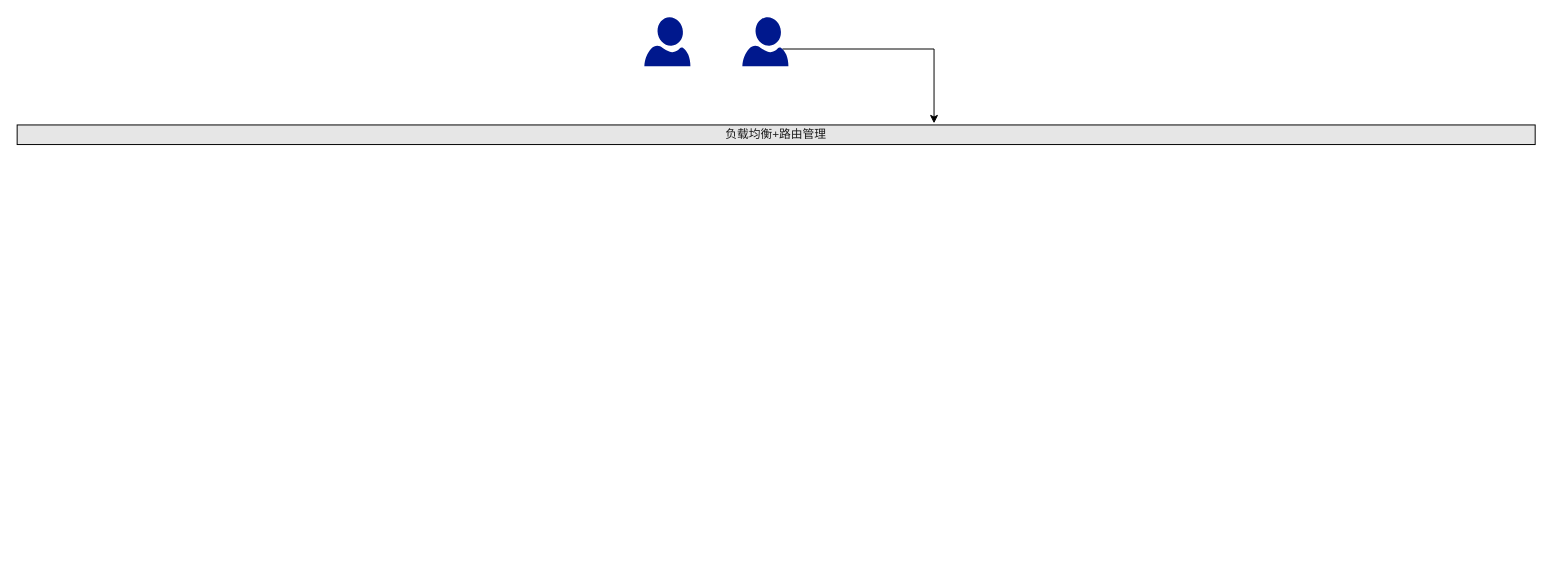
Earlier version of the draw.io diagram anta-deploy2.drawio (tianyaxiangdong/drawio). Source tidied: cells renumbered, new cells numbered last; positions are measured from the earlier drawing's top-left corner, leaving out a move shared by most shapes. Both pictures are drawn from the tidied source at 98%, with x=0, y=0 at pixel (17, 17).
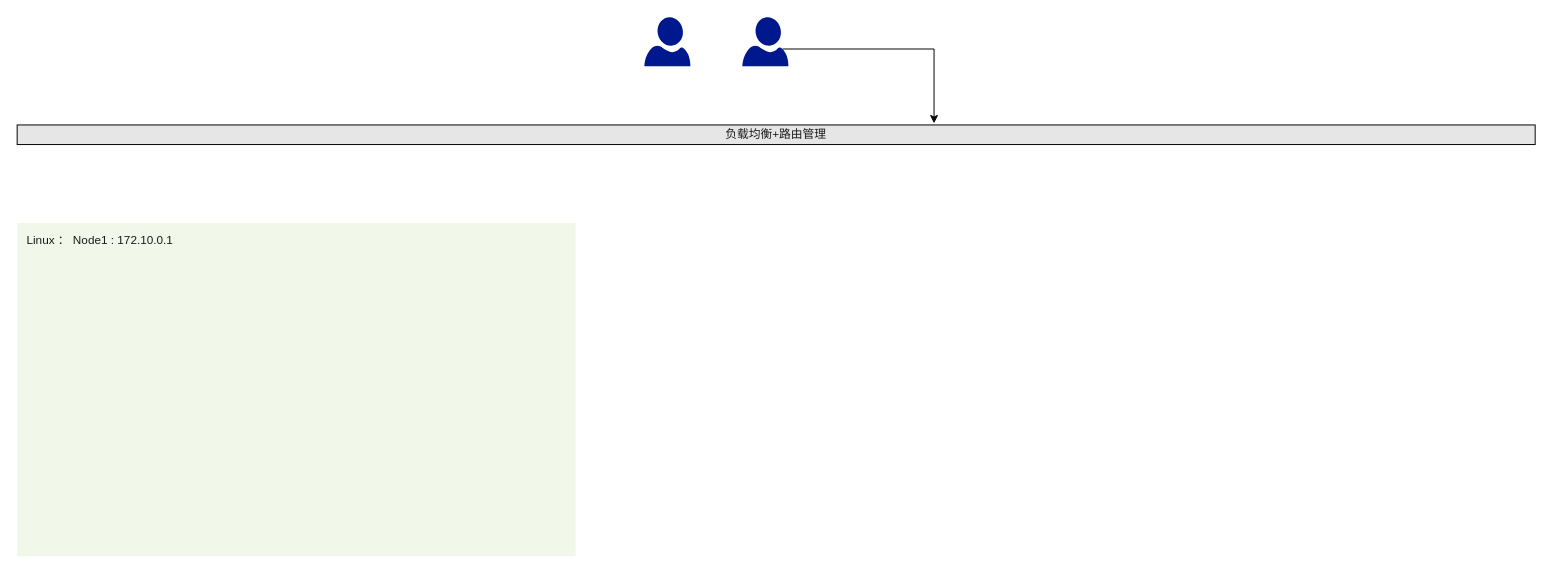
After the change.

Diff of the diagram source:
```diff
@@
 <mxGraphModel>
   <root>
     <mxCell id="0" />
     <mxCell id="1" parent="0" />
     <mxCell id="2" style="sketch=0;shadow=0;dashed=0;html=1;strokeColor=none;labelPosition=center;verticalLabelPosition=bottom;verticalAlign=top;align=center;fillColor=#00188D;shape=mxgraph.azure.user;" parent="1" vertex="1">
       <mxGeometry x="640" width="47" height="50" as="geometry" />
     </mxCell>
     <mxCell id="3" style="edgeStyle=orthogonalEdgeStyle;rounded=0;jettySize=auto;html=1;entryX=0.604;entryY=-0.083;entryDx=0;entryDy=0;entryPerimeter=0;exitX=0.87;exitY=0.65;exitDx=0;exitDy=0;exitPerimeter=0;" parent="1" edge="1" source="4" target="5">
       <mxGeometry relative="1" as="geometry">
         <Array as="points">
           <mxPoint x="936" y="33" />
         </Array>
       </mxGeometry>
     </mxCell>
     <mxCell id="4" style="sketch=0;shadow=0;dashed=0;html=1;strokeColor=none;labelPosition=center;verticalLabelPosition=bottom;verticalAlign=top;align=center;fillColor=#00188D;shape=mxgraph.azure.user;" parent="1" vertex="1">
       <mxGeometry x="740" width="47" height="50" as="geometry" />
     </mxCell>
     <mxCell id="5" value="负载均衡+路由管理" style="rounded=0;whiteSpace=wrap;html=1;align=center;fontColor=#1A1A1A;fillColor=#E6E6E6;" parent="1" vertex="1">
       <mxGeometry y="110" width="1549" height="20" as="geometry" />
     </mxCell>
+    <mxCell id="6" value="&lt;font color=&quot;#1a1a1a&quot;&gt;Linux ： Node1 : 172.10.0.1&lt;/font&gt;" style="sketch=0;rounded=1;absoluteArcSize=1;arcSize=2;html=1;strokeColor=none;gradientColor=none;shadow=0;dashed=0;fontSize=12;fontColor=#9E9E9E;align=left;verticalAlign=top;spacing=10;spacingTop=-4;fillColor=#F1F8E9;" parent="1" vertex="1">
+      <mxGeometry y="210" width="570" height="340" as="geometry" />
+    </mxCell>
   </root>
 </mxGraphModel>
```
